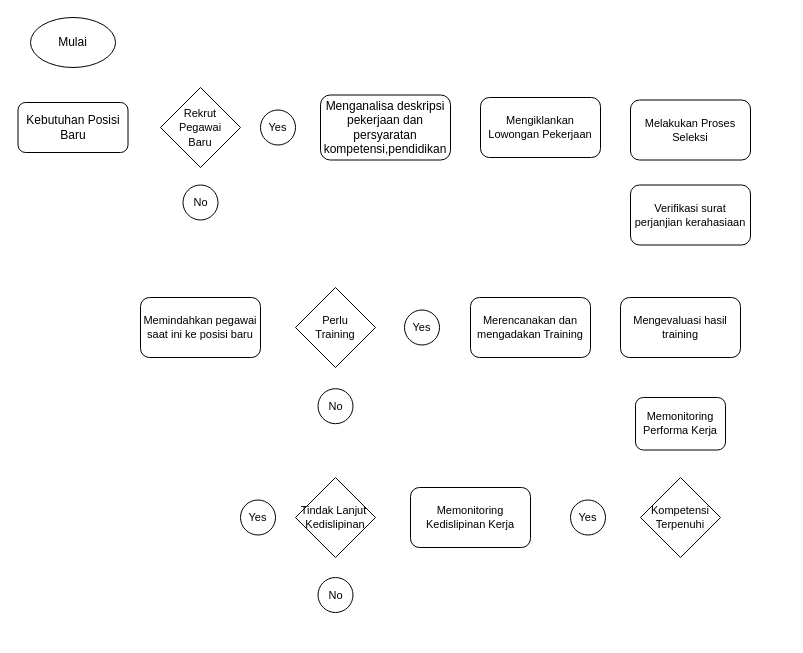
Above: sdm.drawio in kidygamer/trytocode (draw.io), before the change. Source tidied: cells renumbered, new cells numbered last; positions are measured from the earlier drawing's top-left corner, leaving out a move shared by most shapes. Both pictures are drawn from the tidied source at 100%, with x=0, y=0 at pixel (18, 17).
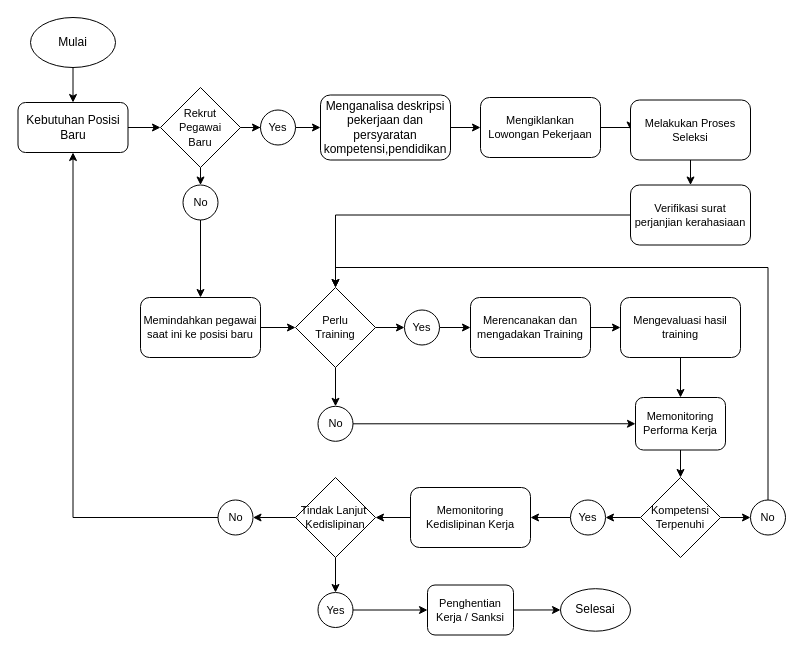
The same diagram, later.

The change refers to these unchanged cells:
```xml
<mxCell id="2" value="Mulai" style="ellipse;whiteSpace=wrap;html=1;" parent="1" vertex="1">
  <mxGeometry x="12" width="85" height="50" as="geometry" />
</mxCell>
<mxCell id="3" value="Kebutuhan Posisi Baru" style="rounded=1;whiteSpace=wrap;html=1;" parent="1" vertex="1">
  <mxGeometry x="-0.5" y="85" width="110" height="50" as="geometry" />
</mxCell>
<mxCell id="4" value="Menganalisa deskripsi pekerjaan dan persyaratan kompetensi,pendidikan" style="rounded=1;whiteSpace=wrap;html=1;" parent="1" vertex="1">
  <mxGeometry x="302" y="77.5" width="130" height="65" as="geometry" />
</mxCell>
<mxCell id="5" value="&lt;font style=&quot;font-size: 11px;&quot;&gt;Rekrut &lt;br&gt;Pegawai &lt;br&gt;Baru&lt;/font&gt;" style="rhombus;whiteSpace=wrap;html=1;" parent="1" vertex="1">
  <mxGeometry x="142" y="70" width="80" height="80" as="geometry" />
</mxCell>
<mxCell id="6" value="Yes" style="ellipse;whiteSpace=wrap;html=1;fontSize=11;" parent="1" vertex="1">
  <mxGeometry x="242" y="92.5" width="35" height="35" as="geometry" />
</mxCell>
<mxCell id="7" value="No" style="ellipse;whiteSpace=wrap;html=1;fontSize=11;" parent="1" vertex="1">
  <mxGeometry x="164.5" y="167.5" width="35" height="35" as="geometry" />
</mxCell>
<mxCell id="8" value="Mengiklankan Lowongan Pekerjaan" style="rounded=1;whiteSpace=wrap;html=1;fontSize=11;" parent="1" vertex="1">
  <mxGeometry x="462" y="80" width="120" height="60" as="geometry" />
</mxCell>
<mxCell id="9" value="Melakukan Proses Seleksi" style="rounded=1;whiteSpace=wrap;html=1;fontSize=11;" parent="1" vertex="1">
  <mxGeometry x="612" y="82.5" width="120" height="60" as="geometry" />
</mxCell>
<mxCell id="10" value="Verifikasi surat perjanjian kerahasiaan" style="rounded=1;whiteSpace=wrap;html=1;fontSize=11;" parent="1" vertex="1">
  <mxGeometry x="612" y="167.5" width="120" height="60" as="geometry" />
</mxCell>
<mxCell id="11" value="Perlu&lt;br&gt;Training" style="rhombus;whiteSpace=wrap;html=1;fontSize=11;" parent="1" vertex="1">
  <mxGeometry x="277" y="270" width="80" height="80" as="geometry" />
</mxCell>
<mxCell id="12" value="Memindahkan pegawai saat ini ke posisi baru" style="rounded=1;whiteSpace=wrap;html=1;fontSize=11;" parent="1" vertex="1">
  <mxGeometry x="122" y="280" width="120" height="60" as="geometry" />
</mxCell>
<mxCell id="13" value="Yes" style="ellipse;whiteSpace=wrap;html=1;fontSize=11;" parent="1" vertex="1">
  <mxGeometry x="386" y="292.5" width="35" height="35" as="geometry" />
</mxCell>
<mxCell id="15" value="Merencanakan dan mengadakan Training" style="rounded=1;whiteSpace=wrap;html=1;fontSize=11;" parent="1" vertex="1">
  <mxGeometry x="452" y="280" width="120" height="60" as="geometry" />
</mxCell>
<mxCell id="16" value="Mengevaluasi hasil training" style="rounded=1;whiteSpace=wrap;html=1;fontSize=11;" parent="1" vertex="1">
  <mxGeometry x="602" y="280" width="120" height="60" as="geometry" />
</mxCell>
<mxCell id="17" value="Memonitoring Performa Kerja" style="rounded=1;whiteSpace=wrap;html=1;fontSize=11;" parent="1" vertex="1">
  <mxGeometry x="617" y="380" width="90" height="52.5" as="geometry" />
</mxCell>
<mxCell id="18" value="Kompetensi&lt;br&gt;Terpenuhi" style="rhombus;whiteSpace=wrap;html=1;fontSize=11;" parent="1" vertex="1">
  <mxGeometry x="622" y="460" width="80" height="80" as="geometry" />
</mxCell>
<mxCell id="19" value="Yes" style="ellipse;whiteSpace=wrap;html=1;fontSize=11;" parent="1" vertex="1">
  <mxGeometry x="552" y="482.5" width="35" height="35" as="geometry" />
</mxCell>
<mxCell id="20" value="Memonitoring Kedislipinan Kerja" style="rounded=1;whiteSpace=wrap;html=1;fontSize=11;" parent="1" vertex="1">
  <mxGeometry x="392" y="470" width="120" height="60" as="geometry" />
</mxCell>
<mxCell id="21" value="Tindak Lanjut&amp;nbsp;&lt;br&gt;Kedislipinan" style="rhombus;whiteSpace=wrap;html=1;fontSize=11;" parent="1" vertex="1">
  <mxGeometry x="277" y="460" width="80" height="80" as="geometry" />
</mxCell>
```

What changed in the source:
```diff
@@
+    <mxCell id="24" style="edgeStyle=orthogonalEdgeStyle;rounded=0;jettySize=auto;html=1;exitX=0.5;exitY=1;exitDx=0;exitDy=0;entryX=0.5;entryY=0;entryDx=0;entryDy=0;fontSize=11;" parent="1" edge="1" source="2" target="3">
+      <mxGeometry relative="1" as="geometry" />
+    </mxCell>
@@
+    <mxCell id="25" style="edgeStyle=orthogonalEdgeStyle;rounded=0;jettySize=auto;html=1;exitX=1;exitY=0.5;exitDx=0;exitDy=0;entryX=0;entryY=0.5;entryDx=0;entryDy=0;fontSize=11;" parent="1" edge="1" source="3" target="5">
+      <mxGeometry relative="1" as="geometry" />
+    </mxCell>
@@
+    <mxCell id="26" style="edgeStyle=orthogonalEdgeStyle;rounded=0;jettySize=auto;html=1;exitX=1;exitY=0.5;exitDx=0;exitDy=0;entryX=0;entryY=0.5;entryDx=0;entryDy=0;fontSize=11;" parent="1" edge="1" source="4" target="8">
+      <mxGeometry relative="1" as="geometry" />
+    </mxCell>
@@
+    <mxCell id="27" style="edgeStyle=orthogonalEdgeStyle;rounded=0;jettySize=auto;html=1;exitX=1;exitY=0.5;exitDx=0;exitDy=0;fontSize=11;" parent="1" edge="1" source="5" target="6">
+      <mxGeometry relative="1" as="geometry" />
+    </mxCell>
+    <mxCell id="28" style="edgeStyle=orthogonalEdgeStyle;rounded=0;jettySize=auto;html=1;exitX=0.5;exitY=1;exitDx=0;exitDy=0;fontSize=11;entryX=0.5;entryY=0;entryDx=0;entryDy=0;" parent="1" edge="1" source="5" target="7">
+      <mxGeometry relative="1" as="geometry" />
+    </mxCell>
@@
+    <mxCell id="29" style="edgeStyle=orthogonalEdgeStyle;rounded=0;jettySize=auto;html=1;exitX=1;exitY=0.5;exitDx=0;exitDy=0;entryX=0;entryY=0.5;entryDx=0;entryDy=0;fontSize=11;" parent="1" edge="1" source="6" target="4">
+      <mxGeometry relative="1" as="geometry" />
+    </mxCell>
@@
+    <mxCell id="30" style="edgeStyle=orthogonalEdgeStyle;rounded=0;jettySize=auto;html=1;exitX=0.5;exitY=1;exitDx=0;exitDy=0;entryX=0.5;entryY=0;entryDx=0;entryDy=0;fontSize=11;" parent="1" edge="1" source="7" target="12">
+      <mxGeometry relative="1" as="geometry" />
+    </mxCell>
@@
+    <mxCell id="31" style="edgeStyle=orthogonalEdgeStyle;rounded=0;jettySize=auto;html=1;exitX=1;exitY=0.5;exitDx=0;exitDy=0;entryX=0;entryY=0.5;entryDx=0;entryDy=0;fontSize=11;" parent="1" edge="1" source="8" target="9">
+      <mxGeometry relative="1" as="geometry" />
+    </mxCell>
@@
+    <mxCell id="32" style="edgeStyle=orthogonalEdgeStyle;rounded=0;jettySize=auto;html=1;exitX=0.5;exitY=1;exitDx=0;exitDy=0;entryX=0.5;entryY=0;entryDx=0;entryDy=0;fontSize=11;" parent="1" edge="1" source="9" target="10">
+      <mxGeometry relative="1" as="geometry" />
+    </mxCell>
@@
+    <mxCell id="33" style="edgeStyle=orthogonalEdgeStyle;rounded=0;jettySize=auto;html=1;exitX=0;exitY=0.5;exitDx=0;exitDy=0;entryX=0.5;entryY=0;entryDx=0;entryDy=0;fontSize=11;" parent="1" edge="1" source="10" target="11">
+      <mxGeometry relative="1" as="geometry" />
+    </mxCell>
@@
+    <mxCell id="34" style="edgeStyle=orthogonalEdgeStyle;rounded=0;jettySize=auto;html=1;exitX=1;exitY=0.5;exitDx=0;exitDy=0;fontSize=11;entryX=0;entryY=0.5;entryDx=0;entryDy=0;" parent="1" edge="1" source="11" target="13">
+      <mxGeometry relative="1" as="geometry" />
+    </mxCell>
+    <mxCell id="35" style="edgeStyle=orthogonalEdgeStyle;rounded=0;jettySize=auto;html=1;exitX=0.5;exitY=1;exitDx=0;exitDy=0;entryX=0.5;entryY=0;entryDx=0;entryDy=0;fontSize=11;" parent="1" edge="1" source="11" target="14">
+      <mxGeometry relative="1" as="geometry" />
+    </mxCell>
@@
+    <mxCell id="36" style="edgeStyle=orthogonalEdgeStyle;rounded=0;jettySize=auto;html=1;exitX=1;exitY=0.5;exitDx=0;exitDy=0;entryX=0;entryY=0.5;entryDx=0;entryDy=0;fontSize=11;" parent="1" edge="1" source="12" target="11">
+      <mxGeometry relative="1" as="geometry" />
+    </mxCell>
@@
+    <mxCell id="37" style="edgeStyle=orthogonalEdgeStyle;rounded=0;jettySize=auto;html=1;exitX=1;exitY=0.5;exitDx=0;exitDy=0;entryX=0;entryY=0.5;entryDx=0;entryDy=0;fontSize=11;" parent="1" edge="1" source="13" target="15">
+      <mxGeometry relative="1" as="geometry" />
+    </mxCell>
@@
+    <mxCell id="38" style="edgeStyle=orthogonalEdgeStyle;rounded=0;jettySize=auto;html=1;exitX=1;exitY=0.5;exitDx=0;exitDy=0;entryX=0;entryY=0.5;entryDx=0;entryDy=0;fontSize=11;" parent="1" edge="1" source="14" target="17">
+      <mxGeometry relative="1" as="geometry" />
+    </mxCell>
     <mxCell id="14" value="No" style="ellipse;whiteSpace=wrap;html=1;fontSize=11;" parent="1" vertex="1">
-      <mxGeometry x="299.5" y="371.2" width="35" height="35" as="geometry" />
+      <mxGeometry x="299.5" y="388.8" width="35" height="35" as="geometry" />
     </mxCell>
+    <mxCell id="39" style="edgeStyle=orthogonalEdgeStyle;rounded=0;jettySize=auto;html=1;exitX=1;exitY=0.5;exitDx=0;exitDy=0;entryX=0;entryY=0.5;entryDx=0;entryDy=0;fontSize=11;" parent="1" edge="1" source="15" target="16">
+      <mxGeometry relative="1" as="geometry" />
+    </mxCell>
@@
+    <mxCell id="40" style="edgeStyle=orthogonalEdgeStyle;rounded=0;jettySize=auto;html=1;exitX=0.5;exitY=1;exitDx=0;exitDy=0;entryX=0.5;entryY=0;entryDx=0;entryDy=0;fontSize=11;" parent="1" edge="1" source="16" target="17">
+      <mxGeometry relative="1" as="geometry" />
+    </mxCell>
@@
+    <mxCell id="41" style="edgeStyle=orthogonalEdgeStyle;rounded=0;jettySize=auto;html=1;exitX=0.5;exitY=1;exitDx=0;exitDy=0;entryX=0.5;entryY=0;entryDx=0;entryDy=0;fontSize=11;" parent="1" edge="1" source="17" target="18">
+      <mxGeometry relative="1" as="geometry" />
+    </mxCell>
@@
+    <mxCell id="42" style="edgeStyle=orthogonalEdgeStyle;rounded=0;jettySize=auto;html=1;exitX=0;exitY=0.5;exitDx=0;exitDy=0;entryX=1;entryY=0.5;entryDx=0;entryDy=0;fontSize=11;" parent="1" edge="1" source="18" target="19">
+      <mxGeometry relative="1" as="geometry" />
+    </mxCell>
+    <mxCell id="43" style="edgeStyle=orthogonalEdgeStyle;rounded=0;jettySize=auto;html=1;exitX=1;exitY=0.5;exitDx=0;exitDy=0;entryX=0;entryY=0.5;entryDx=0;entryDy=0;fontSize=11;" parent="1" edge="1" source="18" target="54">
+      <mxGeometry relative="1" as="geometry" />
+    </mxCell>
@@
+    <mxCell id="44" style="edgeStyle=orthogonalEdgeStyle;rounded=0;jettySize=auto;html=1;exitX=0;exitY=0.5;exitDx=0;exitDy=0;entryX=1;entryY=0.5;entryDx=0;entryDy=0;fontSize=11;" parent="1" edge="1" source="19" target="20">
+      <mxGeometry relative="1" as="geometry" />
+    </mxCell>
@@
+    <mxCell id="45" style="edgeStyle=orthogonalEdgeStyle;rounded=0;jettySize=auto;html=1;exitX=0;exitY=0.5;exitDx=0;exitDy=0;entryX=1;entryY=0.5;entryDx=0;entryDy=0;fontSize=11;" parent="1" edge="1" source="20" target="21">
+      <mxGeometry relative="1" as="geometry" />
+    </mxCell>
@@
+    <mxCell id="46" style="edgeStyle=orthogonalEdgeStyle;rounded=0;jettySize=auto;html=1;exitX=0;exitY=0.5;exitDx=0;exitDy=0;entryX=1;entryY=0.5;entryDx=0;entryDy=0;fontSize=11;" parent="1" edge="1" source="21" target="23">
+      <mxGeometry relative="1" as="geometry" />
+    </mxCell>
+    <mxCell id="47" style="edgeStyle=orthogonalEdgeStyle;rounded=0;jettySize=auto;html=1;exitX=0.5;exitY=1;exitDx=0;exitDy=0;entryX=0.5;entryY=0;entryDx=0;entryDy=0;fontSize=11;" parent="1" edge="1" source="21" target="22">
+      <mxGeometry relative="1" as="geometry" />
+    </mxCell>
@@
+    <mxCell id="48" style="edgeStyle=orthogonalEdgeStyle;rounded=0;jettySize=auto;html=1;exitX=1;exitY=0.5;exitDx=0;exitDy=0;entryX=0;entryY=0.5;entryDx=0;entryDy=0;fontSize=11;" parent="1" edge="1" source="22" target="51">
+      <mxGeometry relative="1" as="geometry" />
+    </mxCell>
     <mxCell id="22" value="Yes" style="ellipse;whiteSpace=wrap;html=1;fontSize=11;" parent="1" vertex="1">
-      <mxGeometry x="222" y="482.5" width="35" height="35" as="geometry" />
+      <mxGeometry x="299.5" y="575" width="35" height="35" as="geometry" />
     </mxCell>
+    <mxCell id="49" style="edgeStyle=orthogonalEdgeStyle;rounded=0;jettySize=auto;html=1;exitX=0;exitY=0.5;exitDx=0;exitDy=0;entryX=0.5;entryY=1;entryDx=0;entryDy=0;fontSize=11;" parent="1" edge="1" source="23" target="3">
+      <mxGeometry relative="1" as="geometry" />
+    </mxCell>
     <mxCell id="23" value="No" style="ellipse;whiteSpace=wrap;html=1;fontSize=11;" parent="1" vertex="1">
-      <mxGeometry x="299.5" y="560" width="35" height="35" as="geometry" />
+      <mxGeometry x="199.5" y="482.5" width="35" height="35" as="geometry" />
     </mxCell>
+    <mxCell id="50" style="edgeStyle=orthogonalEdgeStyle;rounded=0;jettySize=auto;html=1;exitX=1;exitY=0.5;exitDx=0;exitDy=0;entryX=0;entryY=0.5;entryDx=0;entryDy=0;fontSize=11;" parent="1" edge="1" source="51" target="52">
+      <mxGeometry relative="1" as="geometry" />
+    </mxCell>
+    <mxCell id="51" value="Penghentian Kerja / Sanksi" style="rounded=1;whiteSpace=wrap;html=1;fontSize=11;" parent="1" vertex="1">
+      <mxGeometry x="409" y="567.5" width="86" height="50" as="geometry" />
+    </mxCell>
+    <mxCell id="52" value="Selesai" style="ellipse;whiteSpace=wrap;html=1;" parent="1" vertex="1">
+      <mxGeometry x="542" y="571.2" width="70" height="42.5" as="geometry" />
+    </mxCell>
+    <mxCell id="53" style="edgeStyle=orthogonalEdgeStyle;rounded=0;jettySize=auto;html=1;exitX=0.5;exitY=0;exitDx=0;exitDy=0;entryX=0.5;entryY=0;entryDx=0;entryDy=0;fontSize=11;" parent="1" edge="1" source="54" target="11">
+      <mxGeometry relative="1" as="geometry" />
+    </mxCell>
+    <mxCell id="54" value="No" style="ellipse;whiteSpace=wrap;html=1;fontSize=11;" parent="1" vertex="1">
+      <mxGeometry x="732" y="482.5" width="35" height="35" as="geometry" />
+    </mxCell>
```
